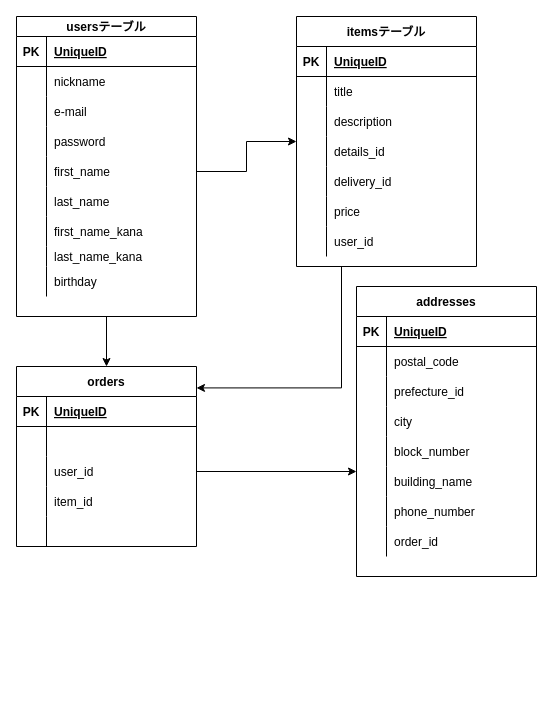
Above: test.dio in kakeru0129/furima-35417 (draw.io), before the change. Source tidied: cells renumbered, new cells numbered last; positions are measured from the earlier drawing's top-left corner, leaving out a move shared by most shapes. Both pictures are drawn from the tidied source at 100%, with x=0, y=0 at pixel (16, 16).
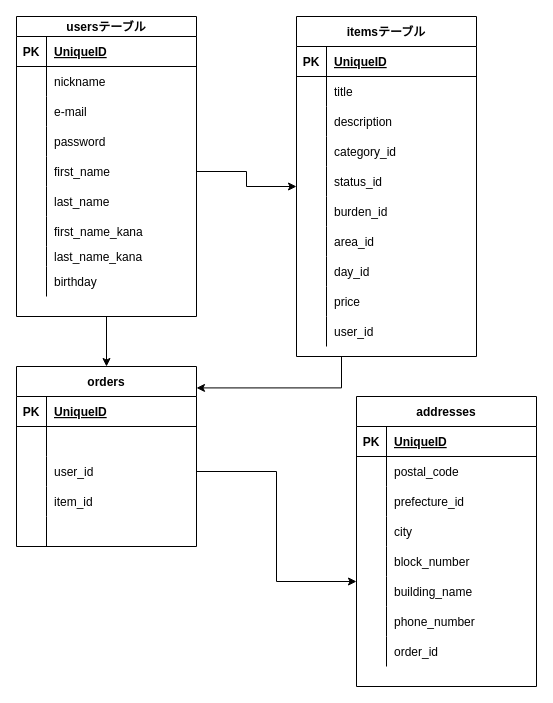
The same page after the edit.

Commit message (it also covers changes not shown here):
データベースの修正

The change refers to these unchanged cells:
```xml
<mxCell id="42" style="shape=partialRectangle;fillColor=none;top=0;left=0;bottom=0;right=0;" parent="32" vertex="1">
  <mxGeometry y="120" width="180" height="30" as="geometry" />
</mxCell>
<mxCell id="45" style="shape=partialRectangle;fillColor=none;top=0;left=0;bottom=0;right=0;" parent="32" vertex="1">
  <mxGeometry y="150" width="180" height="30" as="geometry" />
</mxCell>
```

Diff of the diagram source:
```diff
@@
     <mxCell id="32" value="itemsテーブル" style="shape=table;startSize=30;childLayout=tableLayout;rowLines=0;fontStyle=1;align=center;" parent="1" vertex="1">
-      <mxGeometry x="280" width="180" height="250" as="geometry" />
+      <mxGeometry x="280" width="180" height="340" as="geometry" />
     </mxCell>
@@
-    <mxCell id="44" value="details_id" style="shape=partialRectangle;fillColor=none;top=0;left=0;bottom=0;right=0;align=left;spacingLeft=6;overflow=hidden;" parent="42" vertex="1">
+    <mxCell id="44" value="category_id" style="shape=partialRectangle;fillColor=none;top=0;left=0;bottom=0;right=0;align=left;spacingLeft=6;overflow=hidden;" parent="42" vertex="1">
       <mxGeometry x="30" width="150" height="30" as="geometry" />
     </mxCell>
@@
-    <mxCell id="47" value="delivery_id" style="shape=partialRectangle;fillColor=none;top=0;left=0;bottom=0;right=0;align=left;spacingLeft=6;overflow=hidden;" parent="45" vertex="1">
+    <mxCell id="47" value="status_id" style="shape=partialRectangle;fillColor=none;top=0;left=0;bottom=0;right=0;align=left;spacingLeft=6;overflow=hidden;" parent="45" vertex="1">
       <mxGeometry x="30" width="150" height="30" as="geometry" />
     </mxCell>
+    <mxCell id="97" style="shape=partialRectangle;fillColor=none;top=0;left=0;bottom=0;right=0;" parent="32" vertex="1">
+      <mxGeometry y="180" width="180" height="30" as="geometry" />
+    </mxCell>
+    <mxCell id="98" style="shape=partialRectangle;fillColor=none;top=0;left=0;bottom=0;right=0;overflow=hidden;" parent="97" vertex="1">
+      <mxGeometry width="30" height="30" as="geometry" />
+    </mxCell>
+    <mxCell id="99" value="burden_id" style="shape=partialRectangle;fillColor=none;top=0;left=0;bottom=0;right=0;align=left;spacingLeft=6;overflow=hidden;" parent="97" vertex="1">
+      <mxGeometry x="30" width="150" height="30" as="geometry" />
+    </mxCell>
+    <mxCell id="100" style="shape=partialRectangle;fillColor=none;top=0;left=0;bottom=0;right=0;" parent="32" vertex="1">
+      <mxGeometry y="210" width="180" height="30" as="geometry" />
+    </mxCell>
+    <mxCell id="101" style="shape=partialRectangle;fillColor=none;top=0;left=0;bottom=0;right=0;overflow=hidden;" parent="100" vertex="1">
+      <mxGeometry width="30" height="30" as="geometry" />
+    </mxCell>
+    <mxCell id="102" value="area_id" style="shape=partialRectangle;fillColor=none;top=0;left=0;bottom=0;right=0;align=left;spacingLeft=6;overflow=hidden;" parent="100" vertex="1">
+      <mxGeometry x="30" width="150" height="30" as="geometry" />
+    </mxCell>
+    <mxCell id="103" style="shape=partialRectangle;fillColor=none;top=0;left=0;bottom=0;right=0;" parent="32" vertex="1">
+      <mxGeometry y="240" width="180" height="30" as="geometry" />
+    </mxCell>
+    <mxCell id="104" style="shape=partialRectangle;fillColor=none;top=0;left=0;bottom=0;right=0;overflow=hidden;" parent="103" vertex="1">
+      <mxGeometry width="30" height="30" as="geometry" />
+    </mxCell>
+    <mxCell id="105" value="day_id" style="shape=partialRectangle;fillColor=none;top=0;left=0;bottom=0;right=0;align=left;spacingLeft=6;overflow=hidden;" parent="103" vertex="1">
+      <mxGeometry x="30" width="150" height="30" as="geometry" />
+    </mxCell>
     <mxCell id="48" style="shape=partialRectangle;fillColor=none;top=0;left=0;bottom=0;right=0;" parent="32" vertex="1">
-      <mxGeometry y="180" width="180" height="30" as="geometry" />
+      <mxGeometry y="270" width="180" height="30" as="geometry" />
     </mxCell>
@@
     <mxCell id="51" style="shape=partialRectangle;fillColor=none;top=0;left=0;bottom=0;right=0;" parent="32" vertex="1">
-      <mxGeometry y="210" width="180" height="30" as="geometry" />
+      <mxGeometry y="300" width="180" height="30" as="geometry" />
     </mxCell>
@@
     <mxCell id="70" value="addresses" style="shape=table;startSize=30;childLayout=tableLayout;rowLines=0;fontStyle=1;align=center;" parent="1" vertex="1">
-      <mxGeometry x="340" y="270" width="180" height="290" as="geometry" />
+      <mxGeometry x="340" y="380" width="180" height="290" as="geometry" />
     </mxCell>
```
